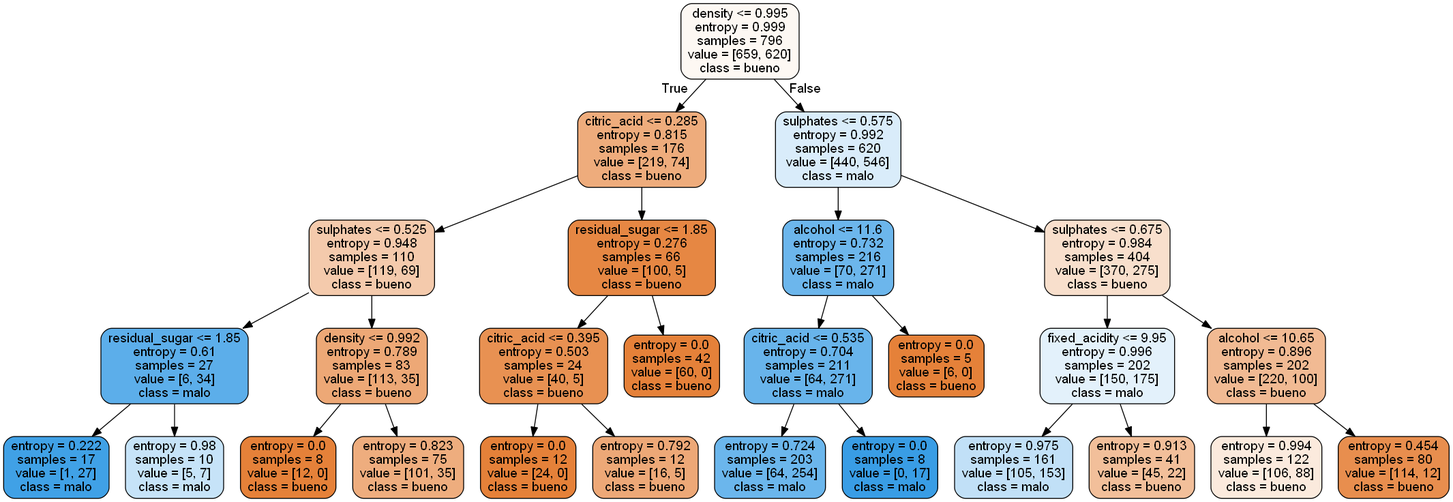
This is Bosques/Codigo/wine-tree.png from NohemyLemus/Inteligencia-artificial, a Graphviz export, as it was before one commit. Its source is kept beside it as Bosques/Codigo/wine-tree.dot.
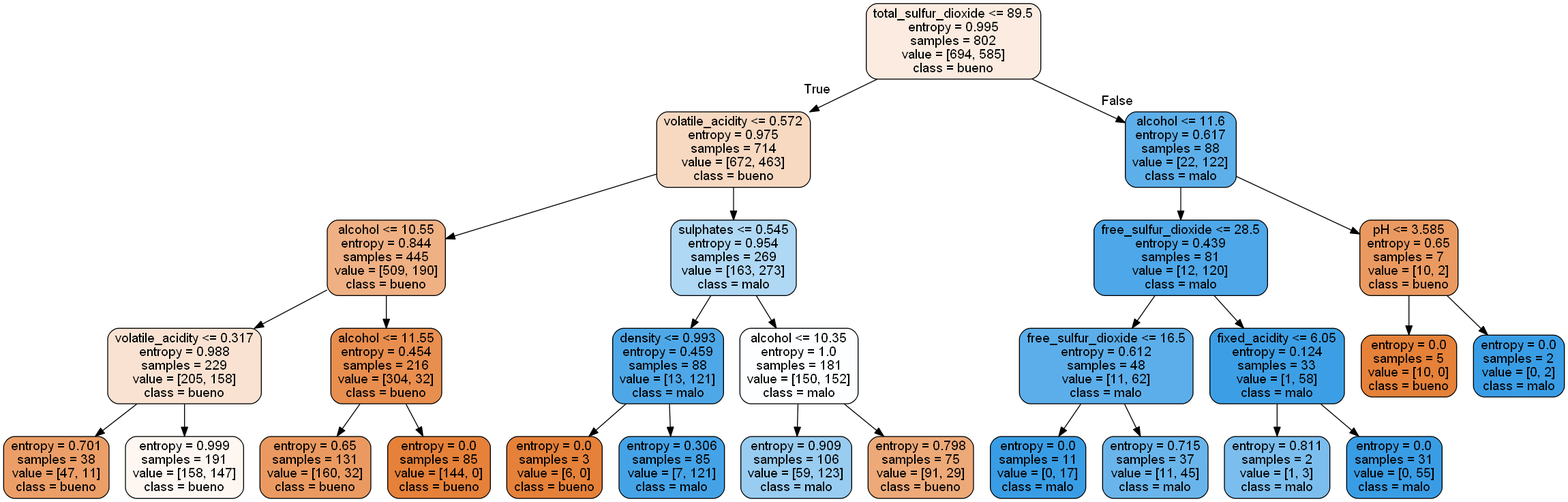
After the commit.

What changed in the source:
```diff
@@ -1,57 +1,57 @@
 digraph Tree {
 node [shape=box, style="filled, rounded", color="black", fontname=helvetica] ;
 edge [fontname=helvetica] ;
-0 [label="density <= 0.995\nentropy = 0.999\nsamples = 796\nvalue = [659, 620]\nclass = bueno", fillcolor="#fdf8f3"] ;
-1 [label="citric_acid <= 0.285\nentropy = 0.815\nsamples = 176\nvalue = [219, 74]\nclass = bueno", fillcolor="#eeac7c"] ;
+0 [label="total_sulfur_dioxide <= 89.5\nentropy = 0.995\nsamples = 802\nvalue = [694, 585]\nclass = bueno", fillcolor="#fbebe0"] ;
+1 [label="volatile_acidity <= 0.572\nentropy = 0.975\nsamples = 714\nvalue = [672, 463]\nclass = bueno", fillcolor="#f7d8c1"] ;
 0 -> 1 [labeldistance=2.5, labelangle=45, headlabel="True"] ;
-2 [label="sulphates <= 0.525\nentropy = 0.948\nsamples = 110\nvalue = [119, 69]\nclass = bueno", fillcolor="#f4caac"] ;
+2 [label="alcohol <= 10.55\nentropy = 0.844\nsamples = 445\nvalue = [509, 190]\nclass = bueno", fillcolor="#efb083"] ;
 1 -> 2 ;
-3 [label="residual_sugar <= 1.85\nentropy = 0.61\nsamples = 27\nvalue = [6, 34]\nclass = malo", fillcolor="#5caeea"] ;
+3 [label="volatile_acidity <= 0.317\nentropy = 0.988\nsamples = 229\nvalue = [205, 158]\nclass = bueno", fillcolor="#f9e2d2"] ;
 2 -> 3 ;
-4 [label="entropy = 0.222\nsamples = 17\nvalue = [1, 27]\nclass = malo", fillcolor="#40a1e6"] ;
+4 [label="entropy = 0.701\nsamples = 38\nvalue = [47, 11]\nclass = bueno", fillcolor="#eb9e67"] ;
 3 -> 4 ;
-5 [label="entropy = 0.98\nsamples = 10\nvalue = [5, 7]\nclass = malo", fillcolor="#c6e3f8"] ;
+5 [label="entropy = 0.999\nsamples = 191\nvalue = [158, 147]\nclass = bueno", fillcolor="#fdf6f1"] ;
 3 -> 5 ;
-6 [label="density <= 0.992\nentropy = 0.789\nsamples = 83\nvalue = [113, 35]\nclass = bueno", fillcolor="#eda876"] ;
+6 [label="alcohol <= 11.55\nentropy = 0.454\nsamples = 216\nvalue = [304, 32]\nclass = bueno", fillcolor="#e88e4e"] ;
 2 -> 6 ;
-7 [label="entropy = 0.0\nsamples = 8\nvalue = [12, 0]\nclass = bueno", fillcolor="#e58139"] ;
+7 [label="entropy = 0.65\nsamples = 131\nvalue = [160, 32]\nclass = bueno", fillcolor="#ea9a61"] ;
 6 -> 7 ;
-8 [label="entropy = 0.823\nsamples = 75\nvalue = [101, 35]\nclass = bueno", fillcolor="#eead7e"] ;
+8 [label="entropy = 0.0\nsamples = 85\nvalue = [144, 0]\nclass = bueno", fillcolor="#e58139"] ;
 6 -> 8 ;
-9 [label="residual_sugar <= 1.85\nentropy = 0.276\nsamples = 66\nvalue = [100, 5]\nclass = bueno", fillcolor="#e68743"] ;
+9 [label="sulphates <= 0.545\nentropy = 0.954\nsamples = 269\nvalue = [163, 273]\nclass = malo", fillcolor="#afd8f5"] ;
 1 -> 9 ;
-10 [label="citric_acid <= 0.395\nentropy = 0.503\nsamples = 24\nvalue = [40, 5]\nclass = bueno", fillcolor="#e89152"] ;
+10 [label="density <= 0.993\nentropy = 0.459\nsamples = 88\nvalue = [13, 121]\nclass = malo", fillcolor="#4ea8e8"] ;
 9 -> 10 ;
-11 [label="entropy = 0.0\nsamples = 12\nvalue = [24, 0]\nclass = bueno", fillcolor="#e58139"] ;
+11 [label="entropy = 0.0\nsamples = 3\nvalue = [6, 0]\nclass = bueno", fillcolor="#e58139"] ;
 10 -> 11 ;
-12 [label="entropy = 0.792\nsamples = 12\nvalue = [16, 5]\nclass = bueno", fillcolor="#eda877"] ;
+12 [label="entropy = 0.306\nsamples = 85\nvalue = [7, 121]\nclass = malo", fillcolor="#44a3e7"] ;
 10 -> 12 ;
-13 [label="entropy = 0.0\nsamples = 42\nvalue = [60, 0]\nclass = bueno", fillcolor="#e58139"] ;
+13 [label="alcohol <= 10.35\nentropy = 1.0\nsamples = 181\nvalue = [150, 152]\nclass = malo", fillcolor="#fcfeff"] ;
 9 -> 13 ;
-14 [label="sulphates <= 0.575\nentropy = 0.992\nsamples = 620\nvalue = [440, 546]\nclass = malo", fillcolor="#d9ecfa"] ;
-0 -> 14 [labeldistance=2.5, labelangle=-45, headlabel="False"] ;
-15 [label="alcohol <= 11.6\nentropy = 0.732\nsamples = 216\nvalue = [70, 271]\nclass = malo", fillcolor="#6cb6ec"] ;
-14 -> 15 ;
-16 [label="citric_acid <= 0.535\nentropy = 0.704\nsamples = 211\nvalue = [64, 271]\nclass = malo", fillcolor="#68b4eb"] ;
-15 -> 16 ;
-17 [label="entropy = 0.724\nsamples = 203\nvalue = [64, 254]\nclass = malo", fillcolor="#6bb6ec"] ;
+14 [label="entropy = 0.909\nsamples = 106\nvalue = [59, 123]\nclass = malo", fillcolor="#98ccf1"] ;
+13 -> 14 ;
+15 [label="entropy = 0.798\nsamples = 75\nvalue = [91, 29]\nclass = bueno", fillcolor="#eda978"] ;
+13 -> 15 ;
+16 [label="alcohol <= 11.6\nentropy = 0.617\nsamples = 88\nvalue = [22, 122]\nclass = malo", fillcolor="#5dafea"] ;
+0 -> 16 [labeldistance=2.5, labelangle=-45, headlabel="False"] ;
+17 [label="free_sulfur_dioxide <= 28.5\nentropy = 0.439\nsamples = 81\nvalue = [12, 120]\nclass = malo", fillcolor="#4da7e8"] ;
 16 -> 17 ;
-18 [label="entropy = 0.0\nsamples = 8\nvalue = [0, 17]\nclass = malo", fillcolor="#399de5"] ;
-16 -> 18 ;
-19 [label="entropy = 0.0\nsamples = 5\nvalue = [6, 0]\nclass = bueno", fillcolor="#e58139"] ;
-15 -> 19 ;
-20 [label="sulphates <= 0.675\nentropy = 0.984\nsamples = 404\nvalue = [370, 275]\nclass = bueno", fillcolor="#f8dfcc"] ;
-14 -> 20 ;
-21 [label="fixed_acidity <= 9.95\nentropy = 0.996\nsamples = 202\nvalue = [150, 175]\nclass = malo", fillcolor="#e3f1fb"] ;
-20 -> 21 ;
-22 [label="entropy = 0.975\nsamples = 161\nvalue = [105, 153]\nclass = malo", fillcolor="#c1e0f7"] ;
+18 [label="free_sulfur_dioxide <= 16.5\nentropy = 0.612\nsamples = 48\nvalue = [11, 62]\nclass = malo", fillcolor="#5caeea"] ;
+17 -> 18 ;
+19 [label="entropy = 0.0\nsamples = 11\nvalue = [0, 17]\nclass = malo", fillcolor="#399de5"] ;
+18 -> 19 ;
+20 [label="entropy = 0.715\nsamples = 37\nvalue = [11, 45]\nclass = malo", fillcolor="#69b5eb"] ;
+18 -> 20 ;
+21 [label="fixed_acidity <= 6.05\nentropy = 0.124\nsamples = 33\nvalue = [1, 58]\nclass = malo", fillcolor="#3c9fe5"] ;
+17 -> 21 ;
+22 [label="entropy = 0.811\nsamples = 2\nvalue = [1, 3]\nclass = malo", fillcolor="#7bbeee"] ;
 21 -> 22 ;
-23 [label="entropy = 0.913\nsamples = 41\nvalue = [45, 22]\nclass = bueno", fillcolor="#f2bf9a"] ;
+23 [label="entropy = 0.0\nsamples = 31\nvalue = [0, 55]\nclass = malo", fillcolor="#399de5"] ;
 21 -> 23 ;
-24 [label="alcohol <= 10.65\nentropy = 0.896\nsamples = 202\nvalue = [220, 100]\nclass = bueno", fillcolor="#f1ba93"] ;
-20 -> 24 ;
-25 [label="entropy = 0.994\nsamples = 122\nvalue = [106, 88]\nclass = bueno", fillcolor="#fbeadd"] ;
+24 [label="pH <= 3.585\nentropy = 0.65\nsamples = 7\nvalue = [10, 2]\nclass = bueno", fillcolor="#ea9a61"] ;
+16 -> 24 ;
+25 [label="entropy = 0.0\nsamples = 5\nvalue = [10, 0]\nclass = bueno", fillcolor="#e58139"] ;
 24 -> 25 ;
-26 [label="entropy = 0.454\nsamples = 80\nvalue = [114, 12]\nclass = bueno", fillcolor="#e88e4e"] ;
+26 [label="entropy = 0.0\nsamples = 2\nvalue = [0, 2]\nclass = malo", fillcolor="#399de5"] ;
 24 -> 26 ;
 }
```
